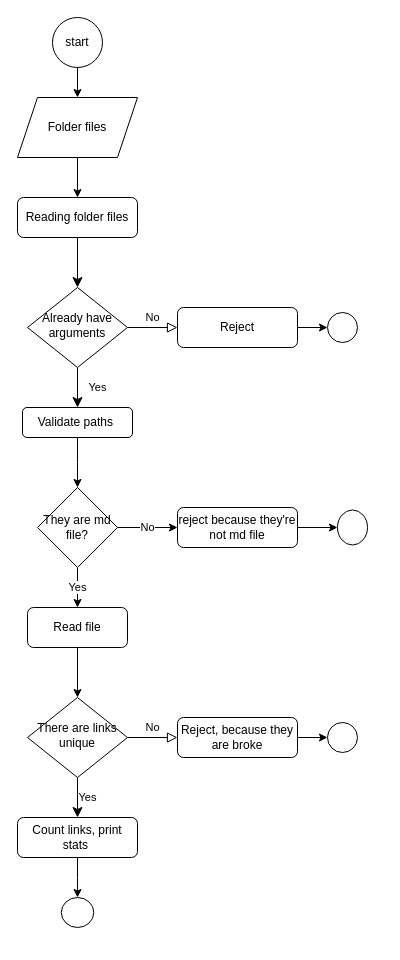
Earlier version of the draw.io diagram Untitled Diagram.drawio (Malejandraib/bog001-md-links). Source tidied: cells renumbered, new cells numbered last; positions are measured from the earlier drawing's top-left corner, leaving out a move shared by most shapes. Both pictures are drawn from the tidied source at 100%, with x=0, y=0 at pixel (17, 17).
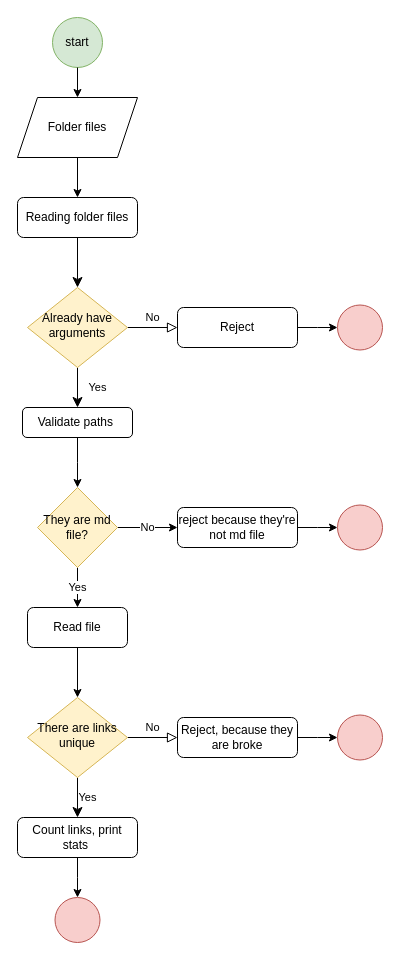
Above is the later version.

Commit message:
md links diagram

Unchanged cells that the change refers to:
```xml
<mxCell id="8" value="Reject" style="rounded=1;whiteSpace=wrap;html=1;fontSize=12;glass=0;strokeWidth=1;shadow=0;" parent="1" vertex="1">
  <mxGeometry x="160" y="290" width="120" height="40" as="geometry" />
</mxCell>
<mxCell id="13" value="Count links, print stats&amp;nbsp;" style="rounded=1;whiteSpace=wrap;html=1;fontSize=12;glass=0;strokeWidth=1;shadow=0;" parent="1" vertex="1">
  <mxGeometry y="800" width="120" height="40" as="geometry" />
</mxCell>
<mxCell id="15" value="Reject, because they are broke" style="rounded=1;whiteSpace=wrap;html=1;fontSize=12;glass=0;strokeWidth=1;shadow=0;" parent="1" vertex="1">
  <mxGeometry x="160" y="700" width="120" height="40" as="geometry" />
</mxCell>
<mxCell id="27" value="reject because they're not md file" style="rounded=1;whiteSpace=wrap;html=1;" parent="1" vertex="1">
  <mxGeometry x="160" y="490" width="120" height="40" as="geometry" />
</mxCell>
```

Diff of the diagram source:
```diff
@@
-    <mxCell id="6" value="Already have arguments" style="rhombus;whiteSpace=wrap;html=1;shadow=0;fontFamily=Helvetica;fontSize=12;align=center;strokeWidth=1;spacing=6;spacingTop=-4;" parent="1" vertex="1">
+    <mxCell id="6" value="Already have arguments" style="rhombus;whiteSpace=wrap;html=1;shadow=0;fontFamily=Helvetica;fontSize=12;align=center;strokeWidth=1;spacing=6;spacingTop=-4;fillColor=#fff2cc;strokeColor=#d6b656;" parent="1" vertex="1">
       <mxGeometry x="10" y="270" width="100" height="80" as="geometry" />
     </mxCell>
-    <mxCell id="7" style="edgeStyle=orthogonalEdgeStyle;rounded=0;jettySize=auto;html=1;" parent="1" edge="1" source="8" target="16">
-      <mxGeometry relative="1" as="geometry" />
+    <mxCell id="7" style="edgeStyle=orthogonalEdgeStyle;rounded=0;jettySize=auto;html=1;" parent="1" edge="1" source="8">
+      <mxGeometry relative="1" as="geometry">
+        <mxPoint x="320" y="310" as="targetPoint" />
+      </mxGeometry>
     </mxCell>
@@
-    <mxCell id="11" value="There are links unique" style="rhombus;whiteSpace=wrap;html=1;shadow=0;fontFamily=Helvetica;fontSize=12;align=center;strokeWidth=1;spacing=6;spacingTop=-4;" parent="1" vertex="1">
+    <mxCell id="11" value="There are links unique" style="rhombus;whiteSpace=wrap;html=1;shadow=0;fontFamily=Helvetica;fontSize=12;align=center;strokeWidth=1;spacing=6;spacingTop=-4;fillColor=#fff2cc;strokeColor=#d6b656;" parent="1" vertex="1">
       <mxGeometry x="10" y="680" width="100" height="80" as="geometry" />
     </mxCell>
-    <mxCell id="12" style="edgeStyle=orthogonalEdgeStyle;rounded=0;jettySize=auto;html=1;" parent="1" edge="1" source="13" target="20">
-      <mxGeometry relative="1" as="geometry" />
+    <mxCell id="12" style="edgeStyle=orthogonalEdgeStyle;rounded=0;jettySize=auto;html=1;" parent="1" edge="1" source="13">
+      <mxGeometry relative="1" as="geometry">
+        <mxPoint x="60" y="880" as="targetPoint" />
+      </mxGeometry>
     </mxCell>
@@
-    <mxCell id="14" style="edgeStyle=orthogonalEdgeStyle;rounded=0;jettySize=auto;html=1;" parent="1" edge="1" source="15" target="19">
-      <mxGeometry relative="1" as="geometry" />
+    <mxCell id="14" style="edgeStyle=orthogonalEdgeStyle;rounded=0;jettySize=auto;html=1;" parent="1" edge="1" source="15">
+      <mxGeometry relative="1" as="geometry">
+        <mxPoint x="320" y="720" as="targetPoint" />
+      </mxGeometry>
     </mxCell>
@@
-    <mxCell id="16" style="ellipse;whiteSpace=wrap;html=1;rounded=1;shadow=0;strokeWidth=1;glass=0;" parent="1" vertex="1">
-      <mxGeometry x="310" y="295" width="30" height="30" as="geometry" />
-    </mxCell>
@@
-    <mxCell id="19" style="ellipse;whiteSpace=wrap;html=1;rounded=1;shadow=0;strokeWidth=1;glass=0;" parent="1" vertex="1">
-      <mxGeometry x="310" y="705" width="30" height="30" as="geometry" />
-    </mxCell>
-    <mxCell id="20" style="ellipse;whiteSpace=wrap;html=1;rounded=1;shadow=0;strokeWidth=1;glass=0;" parent="1" vertex="1">
-      <mxGeometry x="43.8" y="880" width="32.5" height="30" as="geometry" />
-    </mxCell>
@@
-    <mxCell id="23" value="They are md file?" style="rhombus;whiteSpace=wrap;html=1;" parent="1" vertex="1">
+    <mxCell id="23" value="They are md file?" style="rhombus;whiteSpace=wrap;html=1;fillColor=#fff2cc;strokeColor=#d6b656;" parent="1" vertex="1">
       <mxGeometry x="20" y="470" width="80" height="80" as="geometry" />
     </mxCell>
@@
-    <mxCell id="26" style="edgeStyle=orthogonalEdgeStyle;rounded=0;jettySize=auto;html=1;" parent="1" edge="1" source="27" target="28">
-      <mxGeometry relative="1" as="geometry" />
+    <mxCell id="26" style="edgeStyle=orthogonalEdgeStyle;rounded=0;jettySize=auto;html=1;" parent="1" edge="1" source="27">
+      <mxGeometry relative="1" as="geometry">
+        <mxPoint x="320" y="510" as="targetPoint" />
+      </mxGeometry>
     </mxCell>
@@
-    <mxCell id="28" style="ellipse;whiteSpace=wrap;html=1;rounded=1;" parent="1" vertex="1">
-      <mxGeometry x="320" y="492.5" width="30" height="35" as="geometry" />
-    </mxCell>
-    <mxCell id="29" value="start" style="ellipse;whiteSpace=wrap;html=1;rounded=1;shadow=0;strokeWidth=1;glass=0;" parent="1" vertex="1">
+    <mxCell id="29" value="start" style="ellipse;whiteSpace=wrap;html=1;rounded=1;shadow=0;strokeWidth=1;glass=0;fillColor=#d5e8d4;strokeColor=#82b366;" parent="1" vertex="1">
       <mxGeometry x="35" width="50" height="50" as="geometry" />
     </mxCell>
@@
+    <mxCell id="33" style="ellipse;whiteSpace=wrap;html=1;fillColor=#f8cecc;strokeColor=#b85450;" parent="1" vertex="1">
+      <mxGeometry x="320" y="487.5" width="45" height="45" as="geometry" />
+    </mxCell>
+    <mxCell id="34" style="ellipse;whiteSpace=wrap;html=1;fillColor=#f8cecc;strokeColor=#b85450;" parent="1" vertex="1">
+      <mxGeometry x="37.5" y="880" width="45" height="45" as="geometry" />
+    </mxCell>
+    <mxCell id="35" style="ellipse;whiteSpace=wrap;html=1;fillColor=#f8cecc;strokeColor=#b85450;" parent="1" vertex="1">
+      <mxGeometry x="320" y="697.5" width="45" height="45" as="geometry" />
+    </mxCell>
+    <mxCell id="36" style="ellipse;whiteSpace=wrap;html=1;fillColor=#f8cecc;strokeColor=#b85450;" parent="1" vertex="1">
+      <mxGeometry x="320" y="287.5" width="45" height="45" as="geometry" />
+    </mxCell>
```
